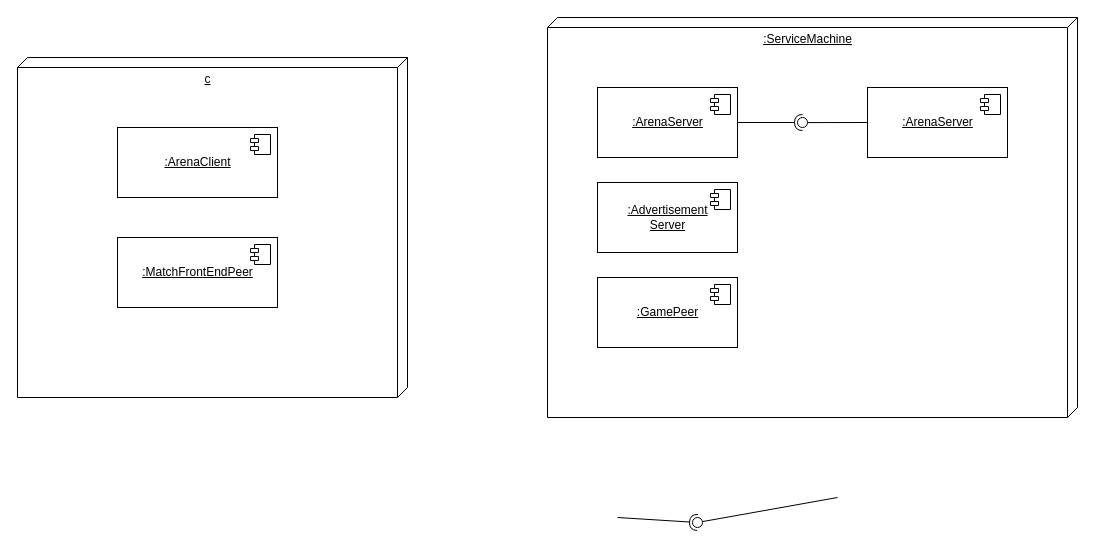
bincute/iAmReadingBook keeps this draw.io diagram as page "第 2 页" (2 of 2) of 未命名绘图.drawio. Above is the earlier version. Source tidied: cells renumbered, new cells numbered last; positions are measured from the earlier drawing's top-left corner, leaving out a move shared by most shapes. Both pictures are drawn from the tidied source at 100%, with x=0, y=0 at pixel (17, 17).
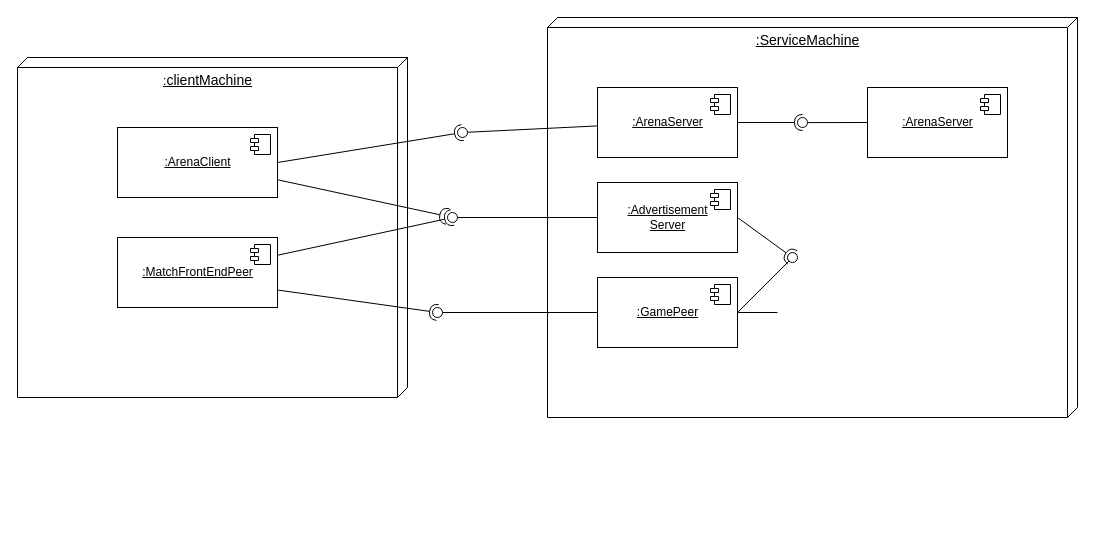
Above is the later version.

Commit message:
更新未命名绘图.drawio

The change refers to these unchanged cells:
```xml
<mxCell id="3" value="&lt;u&gt;:ArenaClient&lt;/u&gt;" style="html=1;" parent="1" vertex="1">
  <mxGeometry x="100" y="110" width="160" height="70" as="geometry" />
</mxCell>
<mxCell id="6" value="&lt;u&gt;:MatchFrontEndPeer&lt;/u&gt;" style="html=1;" parent="1" vertex="1">
  <mxGeometry x="100" y="220" width="160" height="70" as="geometry" />
</mxCell>
<mxCell id="8" value="&lt;u&gt;:ArenaServer&lt;/u&gt;" style="html=1;" parent="1" vertex="1">
  <mxGeometry x="580" y="70" width="140" height="70" as="geometry" />
</mxCell>
<mxCell id="10" value="&lt;u&gt;:Advertisement&lt;br&gt;Server&lt;br&gt;&lt;/u&gt;" style="html=1;" parent="1" vertex="1">
  <mxGeometry x="580" y="165" width="140" height="70" as="geometry" />
</mxCell>
<mxCell id="12" value="&lt;u&gt;:GamePeer&lt;/u&gt;" style="html=1;" parent="1" vertex="1">
  <mxGeometry x="580" y="260" width="140" height="70" as="geometry" />
</mxCell>
```

Diff of the diagram source:
```diff
@@
-    <mxCell id="2" value="c" style="verticalAlign=top;align=center;spacingTop=8;spacingLeft=2;spacingRight=12;shape=cube;size=10;direction=south;fontStyle=4;html=1;" parent="1" vertex="1">
+    <mxCell id="2" value=":&lt;font style=&quot;font-size: 14px;&quot;&gt;clientMachine&lt;/font&gt;" style="verticalAlign=top;align=center;spacingTop=8;spacingLeft=2;spacingRight=12;shape=cube;size=10;direction=south;fontStyle=4;html=1;" parent="1" vertex="1">
       <mxGeometry y="40" width="390" height="340" as="geometry" />
     </mxCell>
@@
-    <mxCell id="5" value=":ServiceMachine" style="verticalAlign=top;align=center;spacingTop=8;spacingLeft=2;spacingRight=12;shape=cube;size=10;direction=south;fontStyle=4;html=1;" parent="1" vertex="1">
+    <mxCell id="5" value="&lt;font style=&quot;font-size: 14px;&quot;&gt;:ServiceMachine&lt;/font&gt;" style="verticalAlign=top;align=center;spacingTop=8;spacingLeft=2;spacingRight=12;shape=cube;size=10;direction=south;fontStyle=4;html=1;" parent="1" vertex="1">
       <mxGeometry x="530" width="530" height="400" as="geometry" />
     </mxCell>
@@
-    <mxCell id="16" style="rounded=0;jettySize=auto;html=1;endArrow=none;endFill=0;sketch=0;sourcePerimeterSpacing=0;targetPerimeterSpacing=0;" parent="1" edge="1" target="18">
-      <mxGeometry relative="1" as="geometry">
-        <mxPoint x="820" y="480" as="sourcePoint" />
-      </mxGeometry>
-    </mxCell>
-    <mxCell id="17" style="rounded=0;jettySize=auto;html=1;endArrow=halfCircle;endFill=0;entryX=0.5;entryY=0.5;endSize=6;strokeWidth=1;sketch=0;" parent="1" edge="1" target="18">
-      <mxGeometry relative="1" as="geometry">
-        <mxPoint x="600" y="500" as="sourcePoint" />
-      </mxGeometry>
-    </mxCell>
-    <mxCell id="18" style="ellipse;whiteSpace=wrap;html=1;align=center;points=[];outlineConnect=0;sketch=0;" parent="1" vertex="1">
-      <mxGeometry x="675" y="500" width="10" height="10" as="geometry" />
-    </mxCell>
@@
+    <mxCell id="22" style="rounded=0;jettySize=auto;html=1;endArrow=none;endFill=0;sketch=0;sourcePerimeterSpacing=0;targetPerimeterSpacing=0;" parent="1" edge="1" target="24">
+      <mxGeometry relative="1" as="geometry">
+        <mxPoint x="760" y="295" as="sourcePoint" />
+        <Array as="points">
+          <mxPoint x="720" y="295" />
+        </Array>
+      </mxGeometry>
+    </mxCell>
+    <mxCell id="23" style="rounded=0;jettySize=auto;html=1;endArrow=halfCircle;endFill=0;entryX=0.5;entryY=0.5;endSize=6;strokeWidth=1;sketch=0;exitX=1;exitY=0.5;exitDx=0;exitDy=0;" parent="1" edge="1" source="10" target="24">
+      <mxGeometry relative="1" as="geometry" />
+    </mxCell>
+    <mxCell id="24" style="ellipse;whiteSpace=wrap;html=1;align=center;points=[];outlineConnect=0;sketch=0;" parent="1" vertex="1">
+      <mxGeometry x="770" y="235" width="10" height="10" as="geometry" />
+    </mxCell>
+    <mxCell id="25" style="rounded=0;jettySize=auto;html=1;endArrow=none;endFill=0;sketch=0;sourcePerimeterSpacing=0;targetPerimeterSpacing=0;" parent="1" edge="1" source="12" target="27">
+      <mxGeometry relative="1" as="geometry" />
+    </mxCell>
+    <mxCell id="26" style="rounded=0;jettySize=auto;html=1;endArrow=halfCircle;endFill=0;entryX=0.5;entryY=0.5;endSize=6;strokeWidth=1;sketch=0;exitX=1;exitY=0.75;exitDx=0;exitDy=0;" parent="1" edge="1" source="6" target="27">
+      <mxGeometry relative="1" as="geometry" />
+    </mxCell>
+    <mxCell id="27" style="ellipse;whiteSpace=wrap;html=1;align=center;points=[];outlineConnect=0;sketch=0;" parent="1" vertex="1">
+      <mxGeometry x="415" y="290" width="10" height="10" as="geometry" />
+    </mxCell>
+    <mxCell id="28" style="rounded=0;jettySize=auto;html=1;endArrow=none;endFill=0;sketch=0;sourcePerimeterSpacing=0;targetPerimeterSpacing=0;" parent="1" edge="1" source="10" target="30">
+      <mxGeometry relative="1" as="geometry" />
+    </mxCell>
+    <mxCell id="29" style="rounded=0;jettySize=auto;html=1;endArrow=halfCircle;endFill=0;entryX=0.5;entryY=0.5;endSize=6;strokeWidth=1;sketch=0;" parent="1" edge="1" source="6" target="30">
+      <mxGeometry relative="1" as="geometry" />
+    </mxCell>
+    <mxCell id="30" style="ellipse;whiteSpace=wrap;html=1;align=center;points=[];outlineConnect=0;sketch=0;" parent="1" vertex="1">
+      <mxGeometry x="430" y="195" width="10" height="10" as="geometry" />
+    </mxCell>
+    <mxCell id="31" style="rounded=0;jettySize=auto;html=1;endArrow=halfCircle;endFill=0;endSize=6;strokeWidth=1;sketch=0;" parent="1" edge="1" source="3" target="30">
+      <mxGeometry relative="1" as="geometry" />
+    </mxCell>
+    <mxCell id="32" style="rounded=0;jettySize=auto;html=1;endArrow=none;endFill=0;sketch=0;sourcePerimeterSpacing=0;targetPerimeterSpacing=0;" parent="1" edge="1" source="8" target="34">
+      <mxGeometry relative="1" as="geometry" />
+    </mxCell>
+    <mxCell id="33" style="rounded=0;jettySize=auto;html=1;endArrow=halfCircle;endFill=0;entryX=0.5;entryY=0.5;endSize=6;strokeWidth=1;sketch=0;exitX=1;exitY=0.5;exitDx=0;exitDy=0;" parent="1" edge="1" source="3" target="34">
+      <mxGeometry relative="1" as="geometry" />
+    </mxCell>
+    <mxCell id="34" style="ellipse;whiteSpace=wrap;html=1;align=center;points=[];outlineConnect=0;sketch=0;" parent="1" vertex="1">
+      <mxGeometry x="440" y="110" width="10" height="10" as="geometry" />
+    </mxCell>
```
